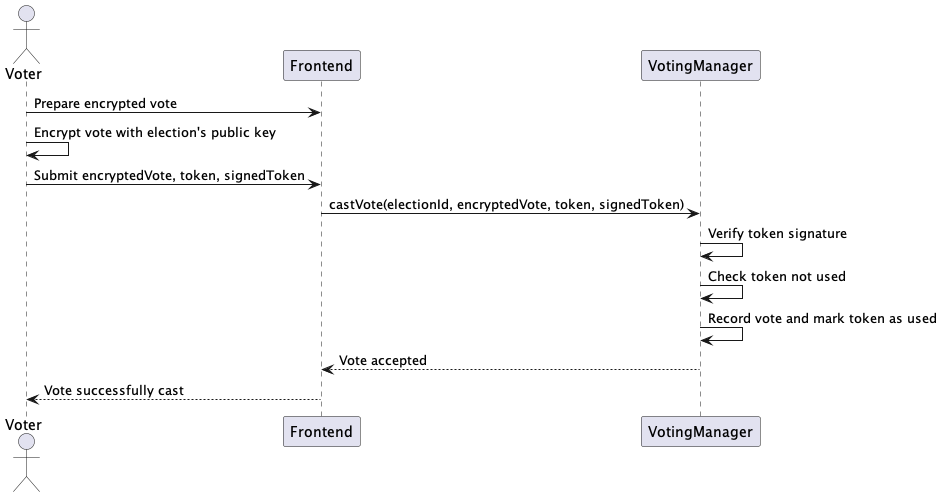
Above: out/documentation/plantuml/vote-casting/vote-casting.png in winston-lim/blockchain-voting (PlantUML), before the change. Source of this version:
```plantuml
@startuml
actor Voter
participant Frontend
participant VotingManager

Voter -> Frontend: Prepare encrypted vote
Voter -> Voter: Encrypt vote with election's public key
Voter -> Frontend: Submit encryptedVote, token, signedToken
Frontend -> VotingManager: castVote(electionId, encryptedVote, token, signedToken)
VotingManager -> VotingManager: Verify token signature
VotingManager -> VotingManager: Check token not used
VotingManager -> VotingManager: Record vote and mark token as used
VotingManager --> Frontend: Vote accepted
Frontend --> Voter: Vote successfully cast
@enduml
```
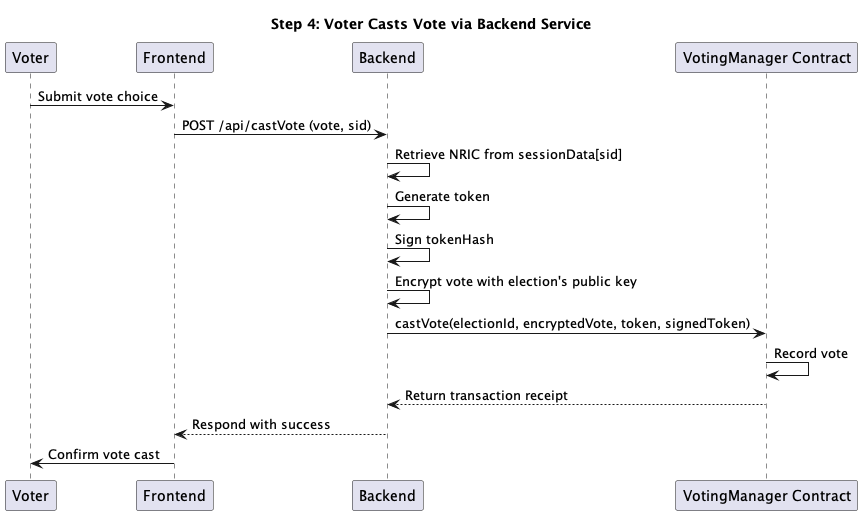
Above is the later version.

Diff of the diagram source:
```diff
@@ -1,15 +1,21 @@
 @startuml
-actor Voter
+title Step 4: Voter Casts Vote via Backend Service
+
+participant Voter
 participant Frontend
-participant VotingManager
+participant Backend
+participant "VotingManager Contract" as VotingManager
 
-Voter -> Frontend: Prepare encrypted vote
-Voter -> Voter: Encrypt vote with election's public key
-Voter -> Frontend: Submit encryptedVote, token, signedToken
-Frontend -> VotingManager: castVote(electionId, encryptedVote, token, signedToken)
-VotingManager -> VotingManager: Verify token signature
-VotingManager -> VotingManager: Check token not used
-VotingManager -> VotingManager: Record vote and mark token as used
-VotingManager --> Frontend: Vote accepted
-Frontend --> Voter: Vote successfully cast
+Voter -> Frontend: Submit vote choice
+Frontend -> Backend: POST /api/castVote (vote, sid)
+Backend -> Backend: Retrieve NRIC from sessionData[sid]
+Backend -> Backend: Generate token
+Backend -> Backend: Sign tokenHash
+Backend -> Backend: Encrypt vote with election's public key
+Backend -> VotingManager: castVote(electionId, encryptedVote, token, signedToken)
+VotingManager -> VotingManager: Record vote
+VotingManager --> Backend: Return transaction receipt
+Backend --> Frontend: Respond with success
+Frontend -> Voter: Confirm vote cast
+
 @enduml
```
